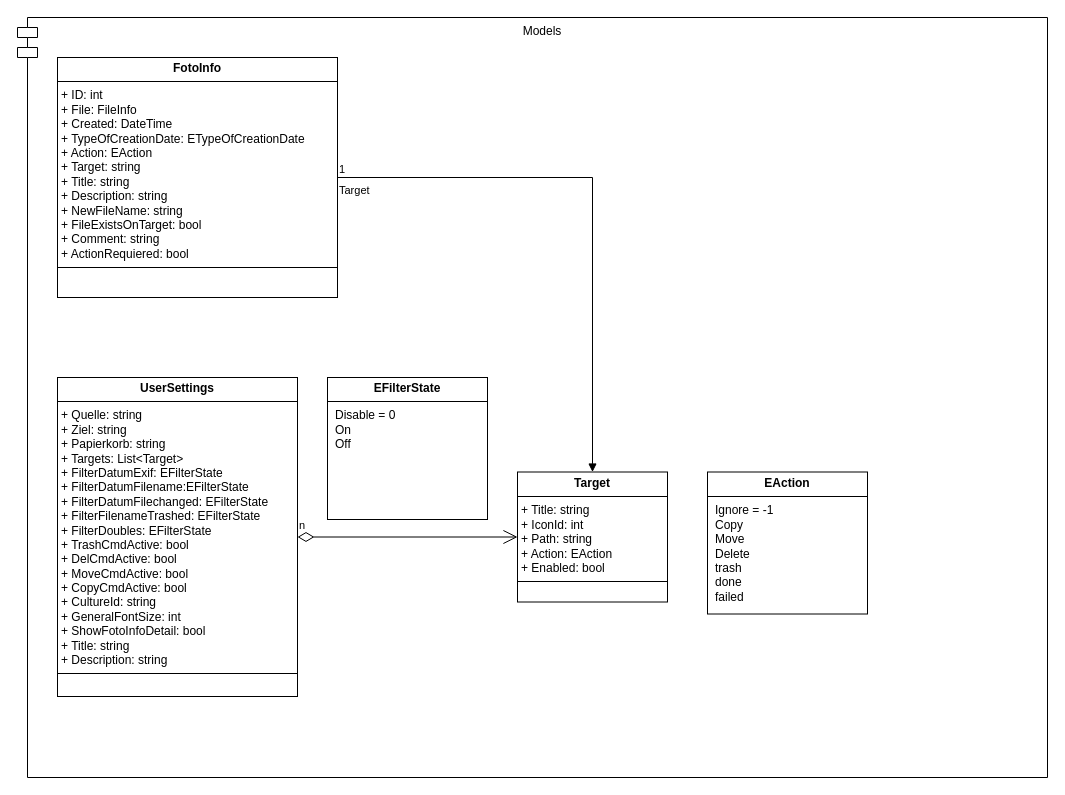
Before: page "Models" (1 of 5) of DevDoc/osFotoFix-UML.drawio in OliverSausA/osFotoFix, a draw.io diagram. Source tidied: cells renumbered, new cells numbered last; positions are measured from the earlier drawing's top-left corner, leaving out a move shared by most shapes. Both pictures are drawn from the tidied source at 100%, with x=0, y=0 at pixel (17, 17).
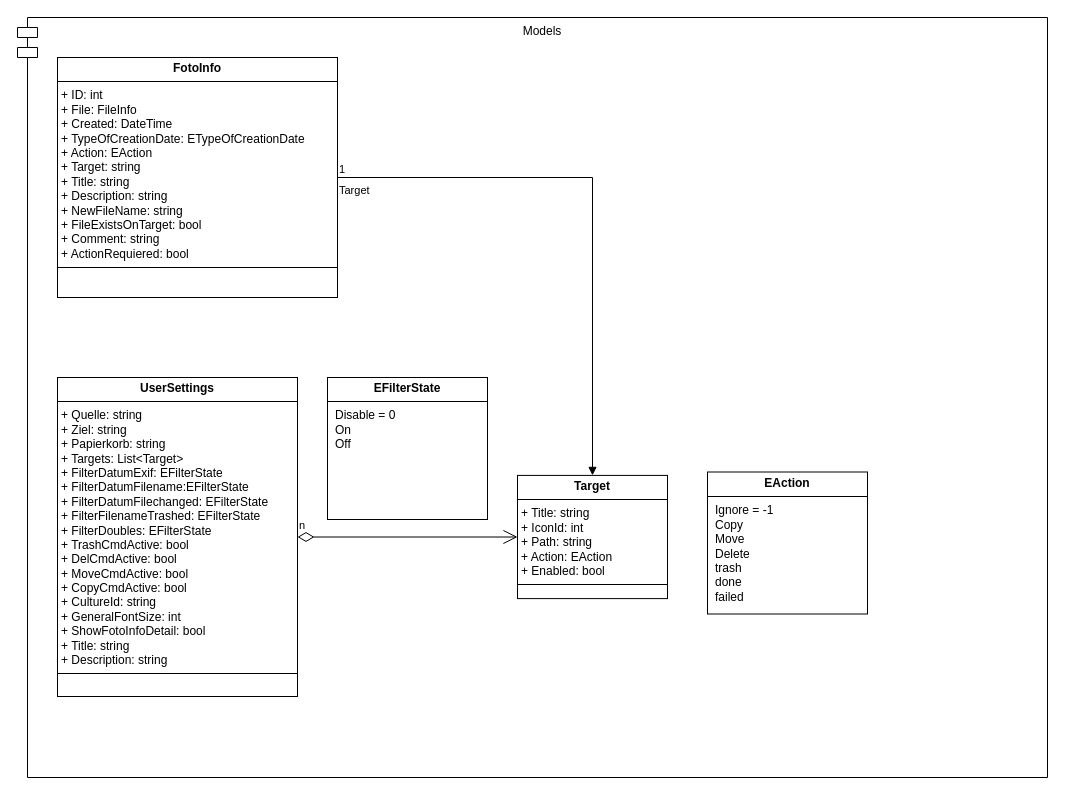
The same page after the edit.

Diff of the diagram source:
```diff
@@
 <mxGraphModel>
   <root>
     <mxCell id="0" />
     <mxCell id="1" parent="0" />
     <mxCell id="2" value="Models" style="shape=module;align=left;spacingLeft=20;align=center;verticalAlign=top;whiteSpace=wrap;html=1;" parent="1" vertex="1">
       <mxGeometry width="1030" height="760" as="geometry" />
     </mxCell>
     <mxCell id="3" value="&lt;p style=&quot;margin:0px;margin-top:4px;text-align:center;&quot;&gt;&lt;b&gt;FotoInfo&lt;/b&gt;&lt;/p&gt;&lt;hr size=&quot;1&quot; style=&quot;border-style:solid;&quot;&gt;&lt;p style=&quot;margin: 0px 0px 0px 4px;&quot;&gt;+ ID: int&lt;/p&gt;&lt;p style=&quot;margin:0px;margin-left:4px;&quot;&gt;+ File: FileInfo&lt;/p&gt;&lt;p style=&quot;margin:0px;margin-left:4px;&quot;&gt;+ Created: DateTime&lt;/p&gt;&lt;p style=&quot;margin:0px;margin-left:4px;&quot;&gt;+ TypeOfCreationDate: ETypeOfCreationDate&lt;/p&gt;&lt;p style=&quot;margin:0px;margin-left:4px;&quot;&gt;&lt;span style=&quot;background-color: initial;&quot;&gt;+ Action: EAction&lt;/span&gt;&lt;br&gt;&lt;/p&gt;&lt;p style=&quot;margin:0px;margin-left:4px;&quot;&gt;+ Target: string&lt;/p&gt;&lt;p style=&quot;margin:0px;margin-left:4px;&quot;&gt;+ Title: string&lt;/p&gt;&lt;p style=&quot;margin:0px;margin-left:4px;&quot;&gt;+ Description: string&lt;/p&gt;&lt;p style=&quot;margin:0px;margin-left:4px;&quot;&gt;+ NewFileName: string&lt;/p&gt;&lt;p style=&quot;margin:0px;margin-left:4px;&quot;&gt;+ FileExistsOnTarget: bool&lt;/p&gt;&lt;p style=&quot;margin:0px;margin-left:4px;&quot;&gt;+ Comment: string&lt;/p&gt;&lt;p style=&quot;margin:0px;margin-left:4px;&quot;&gt;+ ActionRequiered: bool&lt;/p&gt;&lt;hr size=&quot;1&quot; style=&quot;border-style:solid;&quot;&gt;&lt;p style=&quot;margin:0px;margin-left:4px;&quot;&gt;&lt;br&gt;&lt;/p&gt;" style="verticalAlign=top;align=left;overflow=fill;html=1;whiteSpace=wrap;" parent="1" vertex="1">
       <mxGeometry x="40" y="40" width="280" height="240" as="geometry" />
     </mxCell>
     <mxCell id="4" value="&lt;p style=&quot;margin: 4px 0px 0px; text-align: center;&quot;&gt;&lt;b style=&quot;&quot;&gt;EAction&lt;/b&gt;&lt;/p&gt;&lt;hr size=&quot;1&quot; style=&quot;border-style:solid;&quot;&gt;&lt;p style=&quot;margin:0px;margin-left:8px;&quot;&gt;Ignore = -1&lt;/p&gt;&lt;p style=&quot;margin:0px;margin-left:8px;&quot;&gt;Copy&lt;br&gt;&lt;/p&gt;&lt;p style=&quot;margin:0px;margin-left:8px;&quot;&gt;Move&lt;/p&gt;&lt;p style=&quot;margin:0px;margin-left:8px;&quot;&gt;Delete&lt;/p&gt;&lt;p style=&quot;margin:0px;margin-left:8px;&quot;&gt;trash&lt;/p&gt;&lt;p style=&quot;margin:0px;margin-left:8px;&quot;&gt;done&lt;/p&gt;&lt;p style=&quot;margin:0px;margin-left:8px;&quot;&gt;failed&lt;/p&gt;" style="verticalAlign=top;align=left;overflow=fill;html=1;whiteSpace=wrap;" parent="1" vertex="1">
       <mxGeometry x="690" y="454.5" width="160" height="142" as="geometry" />
     </mxCell>
-    <mxCell id="5" value="&lt;p style=&quot;margin:0px;margin-top:4px;text-align:center;&quot;&gt;&lt;b&gt;Target&lt;/b&gt;&lt;/p&gt;&lt;hr size=&quot;1&quot; style=&quot;border-style:solid;&quot;&gt;&lt;p style=&quot;margin:0px;margin-left:4px;&quot;&gt;+ Title: string&lt;/p&gt;&lt;p style=&quot;margin:0px;margin-left:4px;&quot;&gt;+ IconId: int&lt;/p&gt;&lt;p style=&quot;margin:0px;margin-left:4px;&quot;&gt;+ Path: string&lt;/p&gt;&lt;p style=&quot;margin:0px;margin-left:4px;&quot;&gt;+ Action: EAction&lt;/p&gt;&lt;p style=&quot;margin:0px;margin-left:4px;&quot;&gt;+ Enabled: bool&lt;/p&gt;&lt;hr size=&quot;1&quot; style=&quot;border-style:solid;&quot;&gt;&lt;p style=&quot;margin:0px;margin-left:4px;&quot;&gt;&lt;br&gt;&lt;/p&gt;" style="verticalAlign=top;align=left;overflow=fill;html=1;whiteSpace=wrap;" parent="1" vertex="1">
-      <mxGeometry x="500" y="454.5" width="150" height="130" as="geometry" />
+    <mxCell id="5" value="&lt;p style=&quot;margin:0px;margin-top:4px;text-align:center;&quot;&gt;&lt;b&gt;Target&lt;/b&gt;&lt;/p&gt;&lt;hr size=&quot;1&quot; style=&quot;border-style:solid;&quot;&gt;&lt;p style=&quot;margin:0px;margin-left:4px;&quot;&gt;&lt;span style=&quot;background-color: initial;&quot;&gt;+ Title: string&lt;/span&gt;&lt;br&gt;&lt;/p&gt;&lt;p style=&quot;margin:0px;margin-left:4px;&quot;&gt;&lt;span style=&quot;background-color: initial;&quot;&gt;+ IconId: int&lt;/span&gt;&lt;br&gt;&lt;/p&gt;&lt;p style=&quot;margin:0px;margin-left:4px;&quot;&gt;+ Path: string&lt;/p&gt;&lt;p style=&quot;margin:0px;margin-left:4px;&quot;&gt;+ Action: EAction&lt;/p&gt;&lt;p style=&quot;margin:0px;margin-left:4px;&quot;&gt;+ Enabled: bool&lt;/p&gt;&lt;hr size=&quot;1&quot; style=&quot;border-style:solid;&quot;&gt;&lt;p style=&quot;margin:0px;margin-left:4px;&quot;&gt;&lt;br&gt;&lt;/p&gt;" style="verticalAlign=top;align=left;overflow=fill;html=1;whiteSpace=wrap;" parent="1" vertex="1">
+      <mxGeometry x="500" y="457.9" width="150" height="123.2" as="geometry" />
     </mxCell>
     <mxCell id="6" value="&lt;p style=&quot;margin:0px;margin-top:4px;text-align:center;&quot;&gt;&lt;b&gt;UserSettings&lt;/b&gt;&lt;/p&gt;&lt;hr size=&quot;1&quot; style=&quot;border-style:solid;&quot;&gt;&lt;p style=&quot;margin:0px;margin-left:4px;&quot;&gt;+ Quelle: string&lt;/p&gt;&lt;p style=&quot;margin:0px;margin-left:4px;&quot;&gt;+ Ziel: string&lt;br&gt;&lt;/p&gt;&lt;p style=&quot;margin:0px;margin-left:4px;&quot;&gt;+ Papierkorb: string&lt;/p&gt;&lt;p style=&quot;margin:0px;margin-left:4px;&quot;&gt;+ Targets: List&amp;lt;Target&amp;gt;&lt;/p&gt;&lt;p style=&quot;margin:0px;margin-left:4px;&quot;&gt;+ FilterDatumExif: EFilterState&lt;/p&gt;&lt;p style=&quot;margin:0px;margin-left:4px;&quot;&gt;+ FilterDatumFilename:EFilterState&lt;/p&gt;&lt;p style=&quot;margin:0px;margin-left:4px;&quot;&gt;+ FilterDatumFilechanged: EFilterState&lt;/p&gt;&lt;p style=&quot;margin:0px;margin-left:4px;&quot;&gt;+ FilterFilenameTrashed: EFilterState&lt;/p&gt;&lt;p style=&quot;margin:0px;margin-left:4px;&quot;&gt;+ FilterDoubles: EFilterState&lt;/p&gt;&lt;p style=&quot;margin:0px;margin-left:4px;&quot;&gt;+ TrashCmdActive: bool&lt;/p&gt;&lt;p style=&quot;margin:0px;margin-left:4px;&quot;&gt;+ Del&lt;span style=&quot;background-color: initial;&quot;&gt;CmdActive: bool&lt;/span&gt;&lt;/p&gt;&lt;p style=&quot;margin:0px;margin-left:4px;&quot;&gt;&lt;span style=&quot;background-color: initial;&quot;&gt;+ Move&lt;/span&gt;&lt;span style=&quot;background-color: initial;&quot;&gt;CmdActive: bool&lt;/span&gt;&lt;/p&gt;&lt;p style=&quot;margin:0px;margin-left:4px;&quot;&gt;&lt;span style=&quot;background-color: initial;&quot;&gt;+ Copy&lt;/span&gt;&lt;span style=&quot;background-color: initial;&quot;&gt;CmdActive: bool&lt;/span&gt;&lt;/p&gt;&lt;p style=&quot;margin:0px;margin-left:4px;&quot;&gt;&lt;span style=&quot;background-color: initial;&quot;&gt;+ CultureId: string&lt;/span&gt;&lt;/p&gt;&lt;p style=&quot;margin:0px;margin-left:4px;&quot;&gt;&lt;span style=&quot;background-color: initial;&quot;&gt;+ GeneralFontSize: int&lt;/span&gt;&lt;/p&gt;&lt;p style=&quot;margin:0px;margin-left:4px;&quot;&gt;&lt;span style=&quot;background-color: initial;&quot;&gt;+ ShowFotoInfoDetail: bool&lt;/span&gt;&lt;/p&gt;&lt;p style=&quot;margin:0px;margin-left:4px;&quot;&gt;&lt;span style=&quot;background-color: initial;&quot;&gt;+ Title: string&lt;/span&gt;&lt;/p&gt;&lt;p style=&quot;margin:0px;margin-left:4px;&quot;&gt;&lt;span style=&quot;background-color: initial;&quot;&gt;+ Description: string&lt;/span&gt;&lt;/p&gt;&lt;hr size=&quot;1&quot; style=&quot;border-style:solid;&quot;&gt;&lt;p style=&quot;margin:0px;margin-left:4px;&quot;&gt;&lt;br&gt;&lt;/p&gt;" style="verticalAlign=top;align=left;overflow=fill;html=1;whiteSpace=wrap;" parent="1" vertex="1">
       <mxGeometry x="40" y="360" width="240" height="319" as="geometry" />
     </mxCell>
     <mxCell id="7" value="&lt;p style=&quot;margin: 4px 0px 0px; text-align: center;&quot;&gt;&lt;b style=&quot;&quot;&gt;EFilterState&lt;/b&gt;&lt;/p&gt;&lt;hr size=&quot;1&quot; style=&quot;border-style:solid;&quot;&gt;&lt;p style=&quot;margin:0px;margin-left:8px;&quot;&gt;Disable = 0&lt;/p&gt;&lt;p style=&quot;margin:0px;margin-left:8px;&quot;&gt;On&lt;/p&gt;&lt;p style=&quot;margin:0px;margin-left:8px;&quot;&gt;Off&lt;/p&gt;" style="verticalAlign=top;align=left;overflow=fill;html=1;whiteSpace=wrap;" parent="1" vertex="1">
       <mxGeometry x="310" y="360" width="160" height="142" as="geometry" />
     </mxCell>
     <mxCell id="8" value="Target" style="endArrow=block;endFill=1;html=1;edgeStyle=orthogonalEdgeStyle;align=left;verticalAlign=top;rounded=0;" parent="1" edge="1" source="3" target="5">
       <mxGeometry x="-1" relative="1" as="geometry" />
     </mxCell>
     <mxCell id="9" value="1" style="edgeLabel;html=1;align=left;verticalAlign=bottom;" parent="8" vertex="1">
       <mxGeometry x="-1" relative="1" as="geometry" />
     </mxCell>
     <mxCell id="10" value="n" style="endArrow=open;html=1;endSize=12;startArrow=diamondThin;startSize=14;startFill=0;edgeStyle=orthogonalEdgeStyle;align=left;verticalAlign=bottom;rounded=0;" parent="1" edge="1" source="6" target="5">
       <mxGeometry x="-1" y="3" relative="1" as="geometry" />
     </mxCell>
   </root>
 </mxGraphModel>
```
